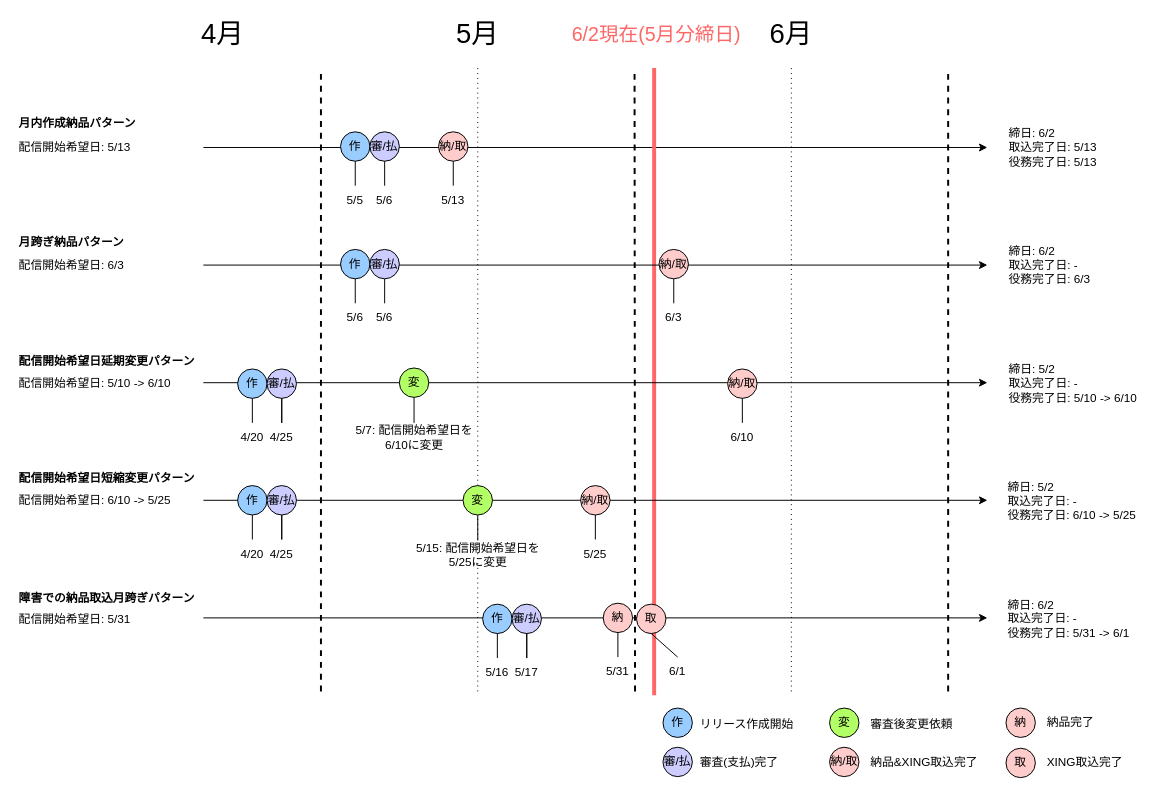
Above: 名称未設定ファイル.drawio in seiryou/test (draw.io), before the change. Source tidied: cells renumbered, new cells numbered last; positions are measured from the earlier drawing's top-left corner, leaving out a move shared by most shapes. Both pictures are drawn from the tidied source at 98%, with x=0, y=0 at pixel (17, 19).
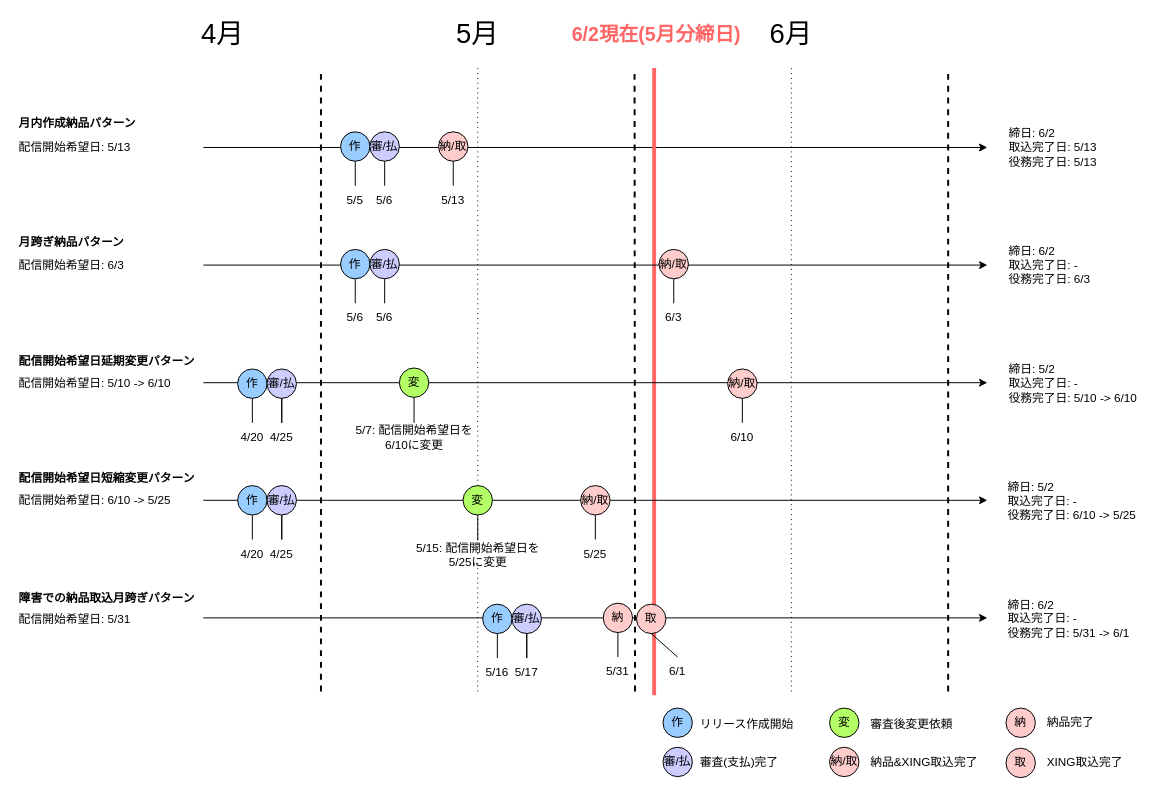
The same diagram, later.

Commit message (it also covers changes not shown here):
名称未設定ファイル.drawio を更新します

What changed in the source:
```diff
@@
-    <mxCell id="12" value="&lt;font style=&quot;font-size: 20px;&quot;&gt;6/2現在(5月分締日)&lt;/font&gt;" style="text;html=1;strokeColor=none;fillColor=none;align=center;verticalAlign=middle;whiteSpace=wrap;rounded=0;fontColor=#FF6666;fontSize=21;" parent="1" vertex="1">
+    <mxCell id="12" value="&lt;font style=&quot;font-size: 20px;&quot;&gt;&lt;b&gt;6/2現在(5月分締日)&lt;/b&gt;&lt;/font&gt;" style="text;html=1;strokeColor=none;fillColor=none;align=center;verticalAlign=middle;whiteSpace=wrap;rounded=0;fontColor=#FF6666;fontSize=21;" parent="1" vertex="1">
       <mxGeometry x="530" width="245" height="30" as="geometry" />
     </mxCell>
```
